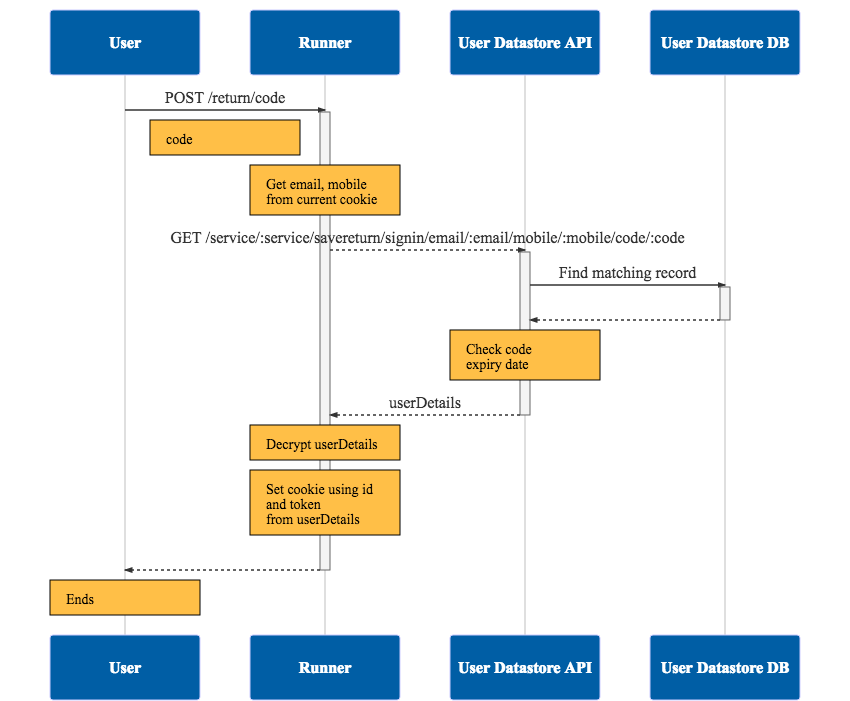
This is documentation/save-and-return/images/save-return--signin-code.png from ministryofjustice/form-builder, a Mermaid export, as it was before one commit. Its source is kept beside it as documentation/save-and-return/images/save-return--signin-code.mmd. Its diagram source:
```mermaid
sequenceDiagram

participant U as User

participant R as Runner

participant DS as User Datastore API

participant DB as User Datastore DB

U->>+R: POST /return/code

Note right of U: code

Note over R: Get email, mobile<br>from current cookie

R-->>+DS: GET /service/:service/savereturn/signin/email/:email/mobile/:mobile/code/:code

DS->>+DB: Find matching record

DB-->>-DS:

Note over DS: Check code <br>expiry date

DS-->>-R: userDetails

Note over R: Decrypt userDetails

Note over R: Set cookie using id <br>and token <br>from userDetails

R-->>-U:

Note over U: Ends
```
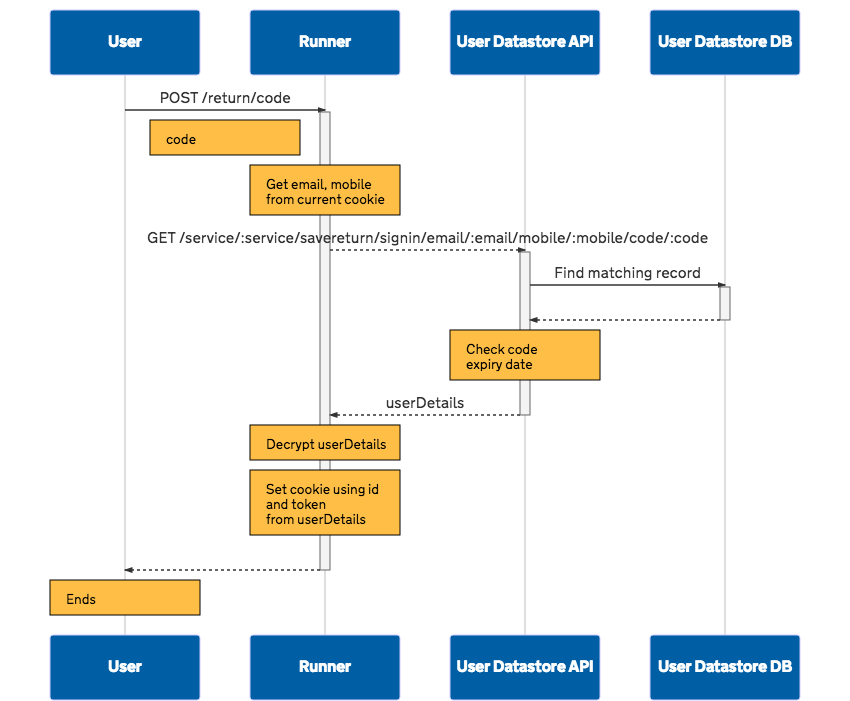
Later version of the same file.

Diff of the diagram source:
```diff
@@ -8,7 +8,7 @@
 
 participant DB as User Datastore DB
 
-U->>+R: POST /return/code
+U->>+R: POST /return/code/:code
 
 Note right of U: code
 
@@ -28,6 +28,4 @@
 
 Note over R: Set cookie using id <br>and token <br>from userDetails
 
-R-->>-U:
-
-Note over U: Ends
+R-->>-U:  Redirect /return/authenticated
```
